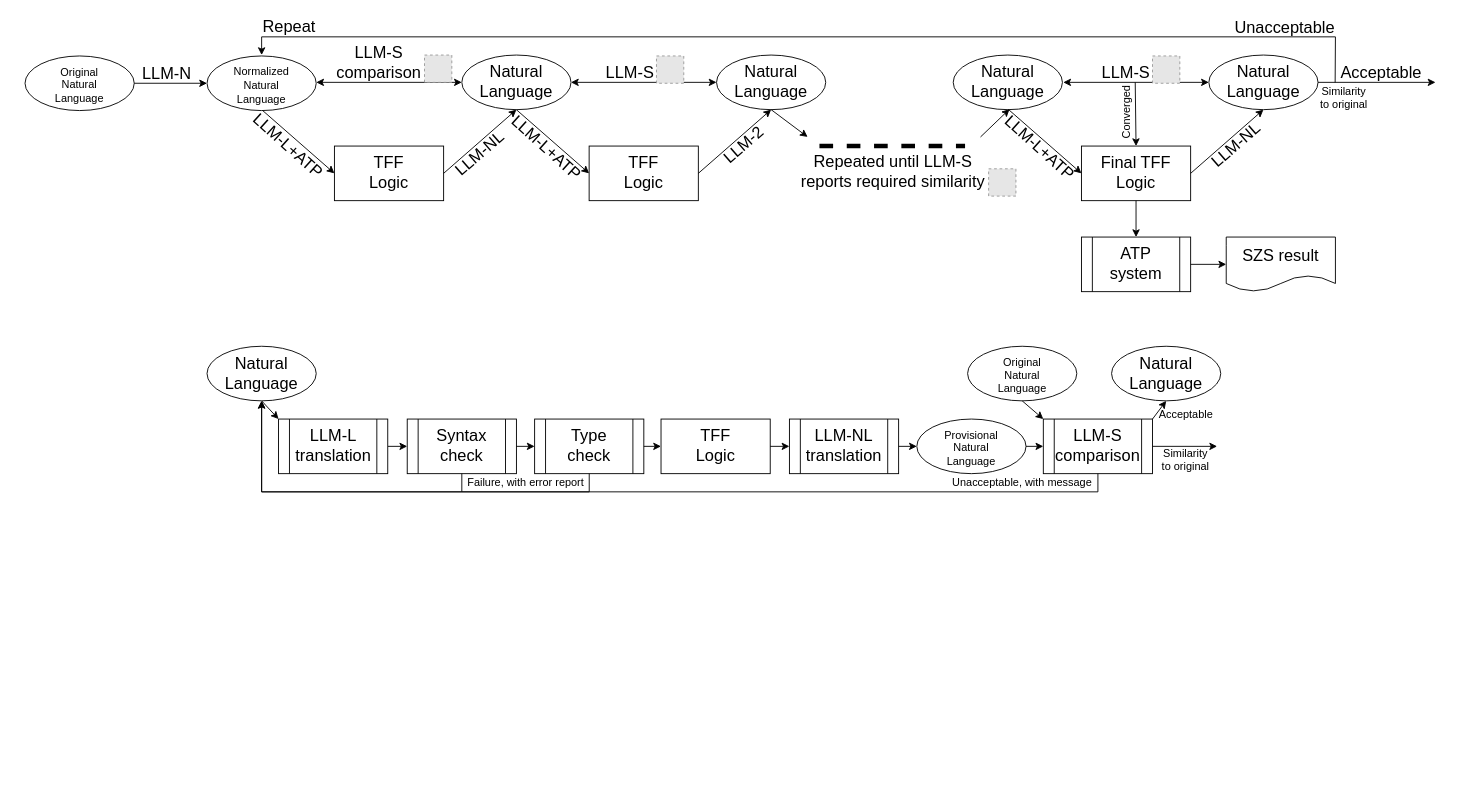
GeoffsPapers/ShZZaM keeps this draw.io diagram as 2026_FLAIRS-39/Architecture.drawio. Above is the earlier version. Source tidied: cells renumbered, new cells numbered last; positions are measured from the earlier drawing's top-left corner, leaving out a move shared by most shapes. Both pictures are drawn from the tidied source at 91%, with x=0, y=0 at pixel (25, 15). Pictures stored in the file or linked from it are replaced by grey dashed boxes.
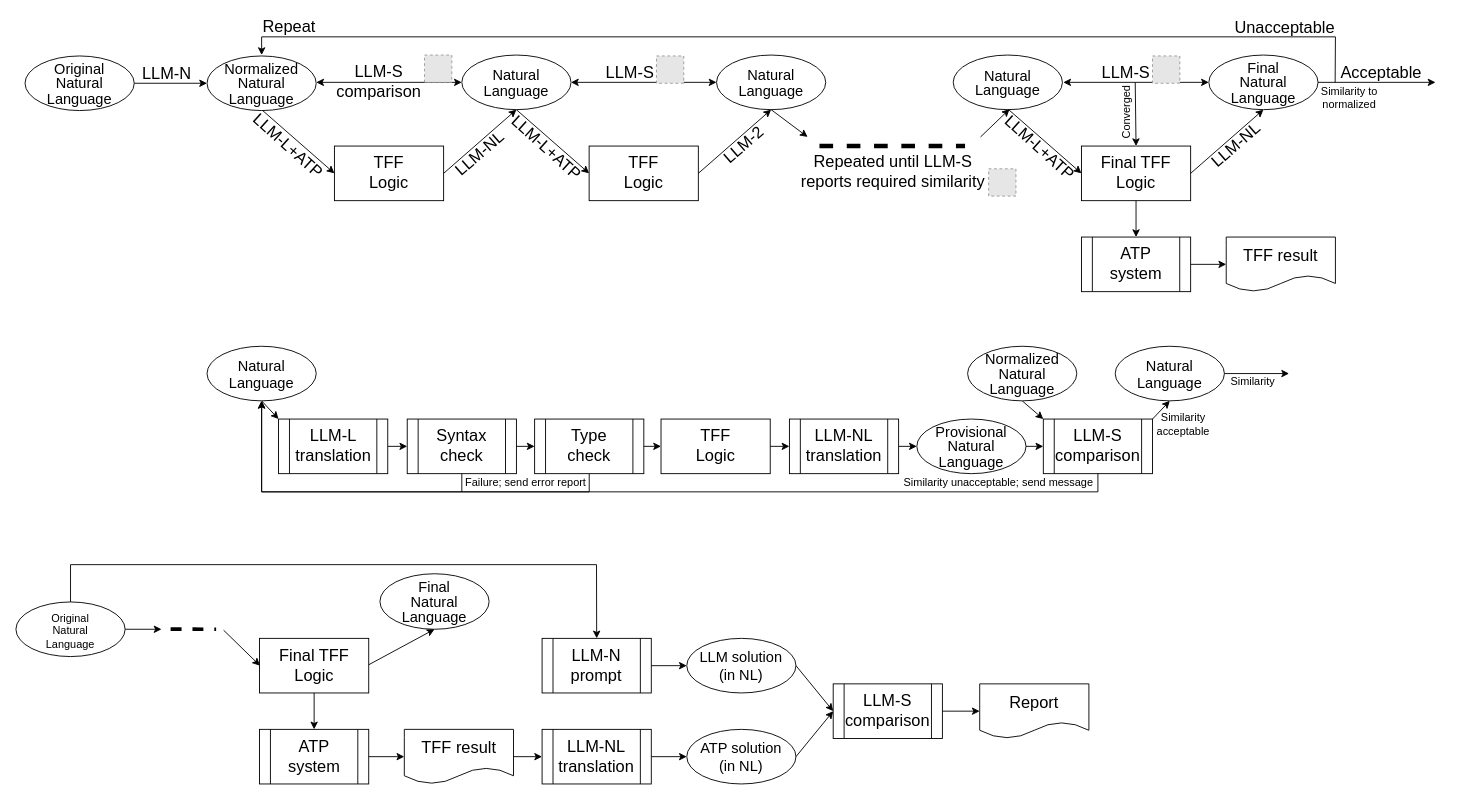
After the change.

Unchanged cells that the change refers to:
```xml
<mxCell id="56" value="&lt;div&gt;&lt;span style=&quot;font-size: 18px;&quot;&gt;LLM-S&lt;/span&gt;&lt;/div&gt;&lt;div&gt;&lt;span style=&quot;font-size: 18px;&quot;&gt;comparison&lt;/span&gt;&lt;/div&gt;" style="shape=process;whiteSpace=wrap;html=1;backgroundOutline=1;" parent="1" vertex="1">
  <mxGeometry x="1119" y="443" width="120" height="60" as="geometry" />
</mxCell>
```

Change to the diagram source:
```diff
@@
-    <mxCell id="6" value="Natural&lt;div&gt;Language&lt;/div&gt;" style="ellipse;whiteSpace=wrap;html=1;fontSize=18;" parent="1" vertex="1">
+    <mxCell id="6" value="&lt;div style=&quot;line-height: 100%;&quot;&gt;&lt;font style=&quot;font-size: 16px; line-height: 100%;&quot;&gt;Natural&lt;/font&gt;&lt;div&gt;&lt;font style=&quot;font-size: 16px; line-height: 100%;&quot;&gt;Language&lt;/font&gt;&lt;/div&gt;&lt;/div&gt;" style="ellipse;whiteSpace=wrap;html=1;fontSize=18;" parent="1" vertex="1">
       <mxGeometry x="480" y="43" width="120" height="60" as="geometry" />
     </mxCell>
@@
     <mxCell id="10" value="&lt;font style=&quot;font-size: 18px;&quot;&gt;LLM&lt;/font&gt;&lt;span style=&quot;font-size: 18px; background-color: transparent; color: light-dark(rgb(0, 0, 0), rgb(255, 255, 255));&quot;&gt;-S comparison&lt;/span&gt;" style="text;html=1;whiteSpace=wrap;strokeColor=none;fillColor=none;align=center;verticalAlign=middle;rounded=0;rotation=0;" parent="1" vertex="1">
-      <mxGeometry x="334.9" y="37" width="108.1" height="30" as="geometry" />
+      <mxGeometry x="334.9" y="58" width="108.1" height="30" as="geometry" />
     </mxCell>
@@
-    <mxCell id="14" value="Natural&lt;div&gt;Language&lt;/div&gt;" style="ellipse;whiteSpace=wrap;html=1;fontSize=18;" parent="1" vertex="1">
+    <mxCell id="14" value="&lt;div style=&quot;line-height: 100%;&quot;&gt;&lt;font style=&quot;font-size: 16px; line-height: 100%;&quot;&gt;Natural&lt;/font&gt;&lt;div&gt;&lt;font style=&quot;font-size: 16px; line-height: 100%;&quot;&gt;Language&lt;/font&gt;&lt;/div&gt;&lt;/div&gt;" style="ellipse;whiteSpace=wrap;html=1;fontSize=18;" parent="1" vertex="1">
       <mxGeometry x="759.9" y="43" width="120" height="60" as="geometry" />
     </mxCell>
@@
-    <mxCell id="22" value="Natural&lt;div&gt;Language&lt;/div&gt;" style="ellipse;whiteSpace=wrap;html=1;fontSize=18;" parent="1" vertex="1">
+    <mxCell id="22" value="&lt;div style=&quot;line-height: 90%;&quot;&gt;&lt;font style=&quot;font-size: 16px; line-height: 90%;&quot;&gt;Final&lt;/font&gt;&lt;div&gt;&lt;font style=&quot;font-size: 16px; line-height: 90%;&quot;&gt;Natural&lt;/font&gt;&lt;div&gt;&lt;font style=&quot;font-size: 16px; line-height: 90%;&quot;&gt;Language&lt;/font&gt;&lt;/div&gt;&lt;/div&gt;&lt;/div&gt;" style="ellipse;whiteSpace=wrap;html=1;fontSize=18;" parent="1" vertex="1">
       <mxGeometry x="1300.9" y="43" width="120" height="60" as="geometry" />
     </mxCell>
@@
-    <mxCell id="27" value="Natural&lt;div&gt;Language&lt;/div&gt;" style="ellipse;whiteSpace=wrap;html=1;fontSize=18;" parent="1" vertex="1">
+    <mxCell id="27" value="&lt;div style=&quot;line-height: 80%;&quot;&gt;&lt;font style=&quot;font-size: 16px; line-height: 80%;&quot;&gt;Natural&lt;/font&gt;&lt;div&gt;&lt;font style=&quot;font-size: 16px; line-height: 80%;&quot;&gt;Language&lt;/font&gt;&lt;/div&gt;&lt;/div&gt;" style="ellipse;whiteSpace=wrap;html=1;fontSize=18;" parent="1" vertex="1">
       <mxGeometry x="1020" y="43" width="120" height="60" as="geometry" />
     </mxCell>
@@
-    <mxCell id="38" value="&lt;font style=&quot;font-size: 18px;&quot;&gt;SZS result&lt;/font&gt;" style="shape=document;whiteSpace=wrap;html=1;boundedLbl=1;" parent="1" vertex="1">
+    <mxCell id="38" value="&lt;font style=&quot;font-size: 18px;&quot;&gt;TFF result&lt;/font&gt;" style="shape=document;whiteSpace=wrap;html=1;boundedLbl=1;" parent="1" vertex="1">
       <mxGeometry x="1320" y="243" width="120" height="60" as="geometry" />
     </mxCell>
@@
-    <mxCell id="40" value="&lt;font&gt;Similarity to original&lt;/font&gt;" style="text;html=1;whiteSpace=wrap;strokeColor=none;fillColor=none;align=center;verticalAlign=middle;rounded=0;rotation=0;" parent="1" vertex="1">
-      <mxGeometry x="1245.3" y="473" width="60.9" height="30" as="geometry" />
-    </mxCell>
@@
-    <mxCell id="43" value="Natural&lt;div&gt;Language&lt;/div&gt;" style="ellipse;whiteSpace=wrap;html=1;fontSize=18;" parent="1" vertex="1">
+    <mxCell id="43" value="&lt;div style=&quot;line-height: 100%;&quot;&gt;&lt;font style=&quot;font-size: 16px; line-height: 100%;&quot;&gt;Natural&lt;/font&gt;&lt;div&gt;&lt;font style=&quot;font-size: 16px; line-height: 100%;&quot;&gt;Language&lt;/font&gt;&lt;/div&gt;&lt;/div&gt;" style="ellipse;whiteSpace=wrap;html=1;fontSize=18;" parent="1" vertex="1">
       <mxGeometry x="200" y="363" width="120" height="60" as="geometry" />
     </mxCell>
@@
-    <mxCell id="54" value="Failure, with error report" style="text;html=1;whiteSpace=wrap;strokeColor=none;fillColor=none;align=center;verticalAlign=middle;rounded=0;" parent="1" vertex="1">
+    <mxCell id="54" value="Failure; send error report" style="text;html=1;whiteSpace=wrap;strokeColor=none;fillColor=none;align=center;verticalAlign=middle;rounded=0;" parent="1" vertex="1">
       <mxGeometry x="482.9" y="498" width="135" height="30" as="geometry" />
     </mxCell>
-    <mxCell id="55" value="&lt;div style=&quot;line-height: 80%;&quot;&gt;&lt;font style=&quot;font-size: 12px; line-height: 80%;&quot;&gt;Original&lt;/font&gt;&lt;div&gt;&lt;font style=&quot;font-size: 12px; line-height: 80%;&quot;&gt;Natural&lt;/font&gt;&lt;div&gt;&lt;font style=&quot;font-size: 12px; line-height: 80%;&quot;&gt;Language&lt;/font&gt;&lt;/div&gt;&lt;/div&gt;&lt;/div&gt;" style="ellipse;whiteSpace=wrap;html=1;fontSize=18;" parent="1" vertex="1">
-      <mxGeometry x="1035.8" y="363" width="120" height="60" as="geometry" />
-    </mxCell>
@@
-    <mxCell id="57" value="&lt;div style=&quot;line-height: 80%;&quot;&gt;&lt;font style=&quot;font-size: 12px; line-height: 80%;&quot;&gt;Provisional&lt;/font&gt;&lt;div&gt;&lt;font style=&quot;font-size: 12px; line-height: 80%;&quot;&gt;Natural&lt;/font&gt;&lt;div&gt;&lt;font style=&quot;font-size: 12px; line-height: 80%;&quot;&gt;Language&lt;/font&gt;&lt;/div&gt;&lt;/div&gt;&lt;/div&gt;" style="ellipse;whiteSpace=wrap;html=1;fontSize=18;" parent="1" vertex="1">
+    <mxCell id="57" value="&lt;div style=&quot;line-height: 90%;&quot;&gt;&lt;font style=&quot;font-size: 16px; line-height: 90%;&quot;&gt;Provisional&lt;/font&gt;&lt;div&gt;&lt;font style=&quot;font-size: 16px; line-height: 90%;&quot;&gt;Natural&lt;/font&gt;&lt;div&gt;&lt;font style=&quot;font-size: 16px; line-height: 90%;&quot;&gt;Language&lt;/font&gt;&lt;/div&gt;&lt;/div&gt;&lt;/div&gt;" style="ellipse;whiteSpace=wrap;html=1;fontSize=18;" parent="1" vertex="1">
       <mxGeometry x="980" y="443" width="120" height="60" as="geometry" />
     </mxCell>
@@
-    <mxCell id="59" style="endArrow=classic;html=1;rounded=0;exitX=0.5;exitY=1;exitDx=0;exitDy=0;entryX=0;entryY=0;entryDx=0;entryDy=0;" parent="1" edge="1" source="55" target="56">
-      <mxGeometry relative="1" as="geometry" />
+    <mxCell id="59" style="endArrow=classic;html=1;rounded=0;exitX=0.5;exitY=1;exitDx=0;exitDy=0;entryX=0;entryY=0;entryDx=0;entryDy=0;" parent="1" edge="1" target="56">
+      <mxGeometry relative="1" as="geometry">
+        <mxPoint x="1095.8" y="423" as="sourcePoint" />
+      </mxGeometry>
     </mxCell>
@@
-    <mxCell id="61" value="Unacceptable, with message" style="text;html=1;whiteSpace=wrap;strokeColor=none;fillColor=none;align=center;verticalAlign=middle;rounded=0;" parent="1" vertex="1">
-      <mxGeometry x="1012.1" y="498" width="167.5" height="30" as="geometry" />
+    <mxCell id="61" value="Similarity unacceptable; send message" style="text;html=1;whiteSpace=wrap;strokeColor=none;fillColor=none;align=center;verticalAlign=middle;rounded=0;" parent="1" vertex="1">
+      <mxGeometry x="960" y="498" width="219.6" height="30" as="geometry" />
     </mxCell>
-    <mxCell id="62" value="Natural&lt;div&gt;Language&lt;/div&gt;" style="ellipse;whiteSpace=wrap;html=1;fontSize=18;" parent="1" vertex="1">
-      <mxGeometry x="1194" y="363" width="120" height="60" as="geometry" />
+    <mxCell id="62" value="&lt;div style=&quot;line-height: 100%;&quot;&gt;&lt;font style=&quot;font-size: 16px; line-height: 100%;&quot;&gt;Natural&lt;/font&gt;&lt;div&gt;&lt;font style=&quot;font-size: 16px; line-height: 100%;&quot;&gt;Language&lt;/font&gt;&lt;/div&gt;&lt;/div&gt;" style="ellipse;whiteSpace=wrap;html=1;fontSize=18;" parent="1" vertex="1">
+      <mxGeometry x="1198" y="363" width="120" height="60" as="geometry" />
     </mxCell>
@@
-    <mxCell id="67" value="&lt;font&gt;Acceptable&lt;/font&gt;" style="text;html=1;whiteSpace=wrap;strokeColor=none;fillColor=none;align=center;verticalAlign=middle;rounded=0;rotation=0;" parent="1" vertex="1">
-      <mxGeometry x="1235.7" y="423" width="80" height="30" as="geometry" />
+    <mxCell id="67" value="&lt;font&gt;Similarity&lt;/font&gt;&lt;div&gt;&lt;font&gt;acceptable&lt;/font&gt;&lt;/div&gt;" style="text;html=1;whiteSpace=wrap;strokeColor=none;fillColor=none;align=center;verticalAlign=middle;rounded=0;rotation=0;" parent="1" vertex="1">
+      <mxGeometry x="1232.7" y="434" width="80" height="30" as="geometry" />
     </mxCell>
@@
-    <mxCell id="69" value="&lt;font&gt;Similarity to original&lt;/font&gt;" style="text;html=1;whiteSpace=wrap;strokeColor=none;fillColor=none;align=center;verticalAlign=middle;rounded=0;rotation=0;" parent="1" vertex="1">
-      <mxGeometry x="1418.9" y="75" width="60.9" height="30" as="geometry" />
+    <mxCell id="69" value="&lt;font&gt;Similarity to normalized&lt;/font&gt;" style="text;html=1;whiteSpace=wrap;strokeColor=none;fillColor=none;align=center;verticalAlign=middle;rounded=0;rotation=0;" parent="1" vertex="1">
+      <mxGeometry x="1414.9" y="75" width="81.1" height="30" as="geometry" />
     </mxCell>
@@
-    <mxCell id="71" value="&lt;div style=&quot;line-height: 80%;&quot;&gt;&lt;span style=&quot;font-size: 12px;&quot;&gt;Normalized&lt;/span&gt;&lt;br&gt;&lt;div&gt;&lt;font style=&quot;font-size: 12px; line-height: 80%;&quot;&gt;Natural&lt;/font&gt;&lt;div&gt;&lt;font style=&quot;font-size: 12px; line-height: 80%;&quot;&gt;Language&lt;/font&gt;&lt;/div&gt;&lt;/div&gt;&lt;/div&gt;" style="ellipse;whiteSpace=wrap;html=1;fontSize=18;" parent="1" vertex="1">
+    <mxCell id="71" value="&lt;div style=&quot;line-height: 90%;&quot;&gt;&lt;font style=&quot;font-size: 16px; line-height: 90%;&quot;&gt;Normalized&lt;br&gt;&lt;/font&gt;&lt;div&gt;&lt;font style=&quot;font-size: 16px; line-height: 90%;&quot;&gt;Natural&lt;/font&gt;&lt;div&gt;&lt;font style=&quot;font-size: 16px; line-height: 90%;&quot;&gt;Language&lt;/font&gt;&lt;/div&gt;&lt;/div&gt;&lt;/div&gt;" style="ellipse;whiteSpace=wrap;html=1;fontSize=18;" parent="1" vertex="1">
       <mxGeometry x="200" y="44" width="120" height="60" as="geometry" />
     </mxCell>
@@
-    <mxCell id="74" style="endArrow=classic;html=1;rounded=0;exitX=1;exitY=0.5;exitDx=0;exitDy=0;" parent="1" edge="1" source="56">
+    <mxCell id="74" style="endArrow=classic;html=1;rounded=0;exitX=1;exitY=0.5;exitDx=0;exitDy=0;" parent="1" edge="1">
       <mxGeometry relative="1" as="geometry">
-        <mxPoint x="1310" y="473" as="targetPoint" />
+        <mxPoint x="1318.1" y="393" as="sourcePoint" />
+        <mxPoint x="1389.1" y="393" as="targetPoint" />
       </mxGeometry>
     </mxCell>
-    <mxCell id="75" value="&lt;div style=&quot;line-height: 80%;&quot;&gt;&lt;font style=&quot;font-size: 12px; line-height: 80%;&quot;&gt;Original&lt;/font&gt;&lt;div&gt;&lt;font style=&quot;font-size: 12px; line-height: 80%;&quot;&gt;Natural&lt;/font&gt;&lt;div&gt;&lt;font style=&quot;font-size: 12px; line-height: 80%;&quot;&gt;Language&lt;/font&gt;&lt;/div&gt;&lt;/div&gt;&lt;/div&gt;" style="ellipse;whiteSpace=wrap;html=1;fontSize=18;" parent="1" vertex="1">
+    <mxCell id="75" value="&lt;div style=&quot;line-height: 90%;&quot;&gt;&lt;font style=&quot;font-size: 16px; line-height: 90%;&quot;&gt;Original&lt;/font&gt;&lt;div&gt;&lt;font style=&quot;font-size: 16px; line-height: 90%;&quot;&gt;Natural&lt;/font&gt;&lt;div&gt;&lt;font style=&quot;font-size: 16px; line-height: 90%;&quot;&gt;Language&lt;/font&gt;&lt;/div&gt;&lt;/div&gt;&lt;/div&gt;" style="ellipse;whiteSpace=wrap;html=1;fontSize=18;" parent="1" vertex="1">
       <mxGeometry y="44" width="120" height="60" as="geometry" />
     </mxCell>
@@
+    <mxCell id="78" value="&lt;div style=&quot;line-height: 90%;&quot;&gt;&lt;font style=&quot;font-size: 16px; line-height: 90%;&quot;&gt;&lt;span&gt;Normalized&lt;/span&gt;&lt;br&gt;&lt;/font&gt;&lt;div&gt;&lt;font style=&quot;font-size: 16px; line-height: 90%;&quot;&gt;Natural&lt;/font&gt;&lt;div&gt;&lt;font style=&quot;font-size: 16px; line-height: 90%;&quot;&gt;Language&lt;/font&gt;&lt;/div&gt;&lt;/div&gt;&lt;/div&gt;" style="ellipse;whiteSpace=wrap;html=1;fontSize=18;" parent="1" vertex="1">
+      <mxGeometry x="1035.8" y="363" width="120" height="60" as="geometry" />
+    </mxCell>
+    <mxCell id="79" value="&lt;font&gt;Similarity&lt;/font&gt;" style="text;html=1;whiteSpace=wrap;strokeColor=none;fillColor=none;align=center;verticalAlign=middle;rounded=0;rotation=0;" parent="1" vertex="1">
+      <mxGeometry x="1309" y="387" width="81.1" height="30" as="geometry" />
+    </mxCell>
+    <mxCell id="55" value="&lt;div style=&quot;line-height: 80%;&quot;&gt;&lt;font style=&quot;font-size: 12px; line-height: 80%;&quot;&gt;Original&lt;/font&gt;&lt;div&gt;&lt;font style=&quot;font-size: 12px; line-height: 80%;&quot;&gt;Natural&lt;/font&gt;&lt;div&gt;&lt;font style=&quot;font-size: 12px; line-height: 80%;&quot;&gt;Language&lt;/font&gt;&lt;/div&gt;&lt;/div&gt;&lt;/div&gt;" style="ellipse;whiteSpace=wrap;html=1;fontSize=18;" parent="1" vertex="1">
+      <mxGeometry x="-10" y="644" width="120" height="60" as="geometry" />
+    </mxCell>
+    <mxCell id="80" value="&lt;div style=&quot;line-height: 90%;&quot;&gt;&lt;font style=&quot;font-size: 16px; line-height: 90%;&quot;&gt;Final&lt;/font&gt;&lt;div&gt;&lt;font style=&quot;font-size: 16px; line-height: 90%;&quot;&gt;Natural&lt;/font&gt;&lt;div&gt;&lt;font style=&quot;font-size: 16px; line-height: 90%;&quot;&gt;Language&lt;/font&gt;&lt;/div&gt;&lt;/div&gt;&lt;/div&gt;" style="ellipse;whiteSpace=wrap;html=1;fontSize=18;" parent="1" vertex="1">
+      <mxGeometry x="390" y="613" width="120" height="61" as="geometry" />
+    </mxCell>
+    <mxCell id="81" value="Final TFF&lt;div&gt;Logic&lt;/div&gt;" style="rounded=0;whiteSpace=wrap;html=1;fontSize=18;" parent="1" vertex="1">
+      <mxGeometry x="257.7" y="684" width="120" height="60" as="geometry" />
+    </mxCell>
+    <mxCell id="82" value="&lt;font style=&quot;font-size: 18px;&quot;&gt;ATP system&lt;/font&gt;" style="shape=process;whiteSpace=wrap;html=1;backgroundOutline=1;" parent="1" vertex="1">
+      <mxGeometry x="257.7" y="784" width="120" height="60" as="geometry" />
+    </mxCell>
+    <mxCell id="83" style="endArrow=classic;html=1;rounded=0;exitX=0.5;exitY=1;exitDx=0;exitDy=0;entryX=0.5;entryY=0;entryDx=0;entryDy=0;" parent="1" edge="1" source="81" target="82">
+      <mxGeometry relative="1" as="geometry" />
+    </mxCell>
+    <mxCell id="84" value="&lt;font style=&quot;font-size: 18px;&quot;&gt;TFF&amp;nbsp;&lt;/font&gt;&lt;span style=&quot;font-size: 18px; background-color: transparent; color: light-dark(rgb(0, 0, 0), rgb(255, 255, 255));&quot;&gt;result&lt;/span&gt;" style="shape=document;whiteSpace=wrap;html=1;boundedLbl=1;" parent="1" vertex="1">
+      <mxGeometry x="416.8" y="784" width="120" height="60" as="geometry" />
+    </mxCell>
+    <mxCell id="85" style="endArrow=classic;html=1;rounded=0;entryX=0;entryY=0.5;entryDx=0;entryDy=0;exitX=1;exitY=0.5;exitDx=0;exitDy=0;" parent="1" edge="1" source="82" target="84">
+      <mxGeometry relative="1" as="geometry" />
+    </mxCell>
+    <mxCell id="86" value="&lt;div&gt;&lt;span style=&quot;font-size: 18px;&quot;&gt;LLM-NL&lt;/span&gt;&lt;/div&gt;&lt;div&gt;&lt;span style=&quot;font-size: 18px;&quot;&gt;translation&lt;/span&gt;&lt;/div&gt;" style="shape=process;whiteSpace=wrap;html=1;backgroundOutline=1;" parent="1" vertex="1">
+      <mxGeometry x="568.2" y="784" width="120" height="60" as="geometry" />
+    </mxCell>
+    <mxCell id="87" style="endArrow=classic;html=1;rounded=0;exitX=1;exitY=0.5;exitDx=0;exitDy=0;entryX=0;entryY=0.5;entryDx=0;entryDy=0;" parent="1" edge="1" source="84" target="86">
+      <mxGeometry relative="1" as="geometry" />
+    </mxCell>
+    <mxCell id="88" value="&lt;div&gt;&lt;span style=&quot;font-size: 18px;&quot;&gt;LLM-N&lt;/span&gt;&lt;/div&gt;&lt;div&gt;&lt;span style=&quot;font-size: 18px;&quot;&gt;prompt&lt;/span&gt;&lt;/div&gt;" style="shape=process;whiteSpace=wrap;html=1;backgroundOutline=1;" parent="1" vertex="1">
+      <mxGeometry x="568.2" y="684" width="120" height="60" as="geometry" />
+    </mxCell>
+    <mxCell id="89" style="endArrow=classic;html=1;rounded=0;exitX=0.5;exitY=0;exitDx=0;exitDy=0;entryX=0.5;entryY=0;entryDx=0;entryDy=0;" parent="1" edge="1" source="55" target="88">
+      <mxGeometry relative="1" as="geometry">
+        <Array as="points">
+          <mxPoint x="50" y="603" />
+          <mxPoint x="628" y="603" />
+        </Array>
+      </mxGeometry>
+    </mxCell>
+    <mxCell id="90" value="&lt;div style=&quot;line-height: 100%;&quot;&gt;&lt;span style=&quot;font-size: 16px;&quot;&gt;LLM solution&lt;/span&gt;&lt;/div&gt;&lt;div style=&quot;line-height: 100%;&quot;&gt;&lt;span style=&quot;font-size: 16px;&quot;&gt;(in NL)&lt;/span&gt;&lt;/div&gt;" style="ellipse;whiteSpace=wrap;html=1;fontSize=18;" parent="1" vertex="1">
+      <mxGeometry x="727.2" y="684" width="120" height="60" as="geometry" />
+    </mxCell>
+    <mxCell id="91" value="&lt;div style=&quot;line-height: 100%;&quot;&gt;&lt;span style=&quot;font-size: 16px;&quot;&gt;ATP solution&lt;/span&gt;&lt;/div&gt;&lt;div style=&quot;line-height: 100%;&quot;&gt;&lt;span style=&quot;font-size: 16px;&quot;&gt;(in NL)&lt;/span&gt;&lt;/div&gt;" style="ellipse;whiteSpace=wrap;html=1;fontSize=18;" parent="1" vertex="1">
+      <mxGeometry x="727.2" y="784" width="120" height="60" as="geometry" />
+    </mxCell>
+    <mxCell id="92" style="endArrow=classic;html=1;rounded=0;exitX=1;exitY=0.5;exitDx=0;exitDy=0;entryX=0;entryY=0.5;entryDx=0;entryDy=0;" parent="1" edge="1" source="88" target="90">
+      <mxGeometry relative="1" as="geometry" />
+    </mxCell>
+    <mxCell id="93" style="endArrow=classic;html=1;rounded=0;exitX=1;exitY=0.5;exitDx=0;exitDy=0;entryX=0;entryY=0.5;entryDx=0;entryDy=0;" parent="1" edge="1" source="86" target="91">
+      <mxGeometry relative="1" as="geometry" />
+    </mxCell>
+    <mxCell id="94" value="&lt;div&gt;&lt;span style=&quot;font-size: 18px;&quot;&gt;LLM-S&lt;/span&gt;&lt;/div&gt;&lt;div&gt;&lt;span style=&quot;font-size: 18px;&quot;&gt;comparison&lt;/span&gt;&lt;/div&gt;" style="shape=process;whiteSpace=wrap;html=1;backgroundOutline=1;" parent="1" vertex="1">
+      <mxGeometry x="888.1" y="734" width="120" height="60" as="geometry" />
+    </mxCell>
+    <mxCell id="95" style="endArrow=classic;html=1;rounded=0;exitX=1;exitY=0.5;exitDx=0;exitDy=0;entryX=0;entryY=0.5;entryDx=0;entryDy=0;" parent="1" edge="1" source="90" target="94">
+      <mxGeometry relative="1" as="geometry" />
+    </mxCell>
+    <mxCell id="96" style="endArrow=classic;html=1;rounded=0;exitX=1;exitY=0.5;exitDx=0;exitDy=0;entryX=0;entryY=0.5;entryDx=0;entryDy=0;" parent="1" edge="1" source="91" target="94">
+      <mxGeometry relative="1" as="geometry" />
+    </mxCell>
+    <mxCell id="97" value="&lt;font style=&quot;font-size: 18px;&quot;&gt;Report&lt;/font&gt;" style="shape=document;whiteSpace=wrap;html=1;boundedLbl=1;" parent="1" vertex="1">
+      <mxGeometry x="1049.1" y="734" width="120" height="60" as="geometry" />
+    </mxCell>
+    <mxCell id="98" style="endArrow=classic;html=1;rounded=0;entryX=0;entryY=0.5;entryDx=0;entryDy=0;" parent="1" edge="1" target="97">
+      <mxGeometry relative="1" as="geometry">
+        <mxPoint x="1008.2" y="764" as="sourcePoint" />
+      </mxGeometry>
+    </mxCell>
+    <mxCell id="99" style="endArrow=classic;html=1;rounded=0;exitX=1;exitY=0.5;exitDx=0;exitDy=0;" parent="1" edge="1" source="55">
+      <mxGeometry relative="1" as="geometry">
+        <mxPoint x="150" y="674" as="targetPoint" />
+      </mxGeometry>
+    </mxCell>
+    <mxCell id="100" style="endArrow=classic;html=1;rounded=0;exitX=0.5;exitY=1;exitDx=0;exitDy=0;entryX=0;entryY=0.5;entryDx=0;entryDy=0;" parent="1" edge="1">
+      <mxGeometry relative="1" as="geometry">
+        <mxPoint x="218.2" y="675" as="sourcePoint" />
+        <mxPoint x="258.2" y="714" as="targetPoint" />
+      </mxGeometry>
+    </mxCell>
+    <mxCell id="101" style="endArrow=classic;html=1;rounded=0;exitX=0.5;exitY=1;exitDx=0;exitDy=0;entryX=0.5;entryY=1;entryDx=0;entryDy=0;" parent="1" edge="1" target="80">
+      <mxGeometry relative="1" as="geometry">
+        <mxPoint x="377.7" y="713" as="sourcePoint" />
+      </mxGeometry>
+    </mxCell>
+    <mxCell id="102" style="endArrow=none;dashed=1;html=1;rounded=0;strokeWidth=4;" parent="1" edge="1">
+      <mxGeometry relative="1" as="geometry">
+        <mxPoint x="160" y="673.8" as="sourcePoint" />
+        <mxPoint x="210" y="674" as="targetPoint" />
+      </mxGeometry>
+    </mxCell>
```
